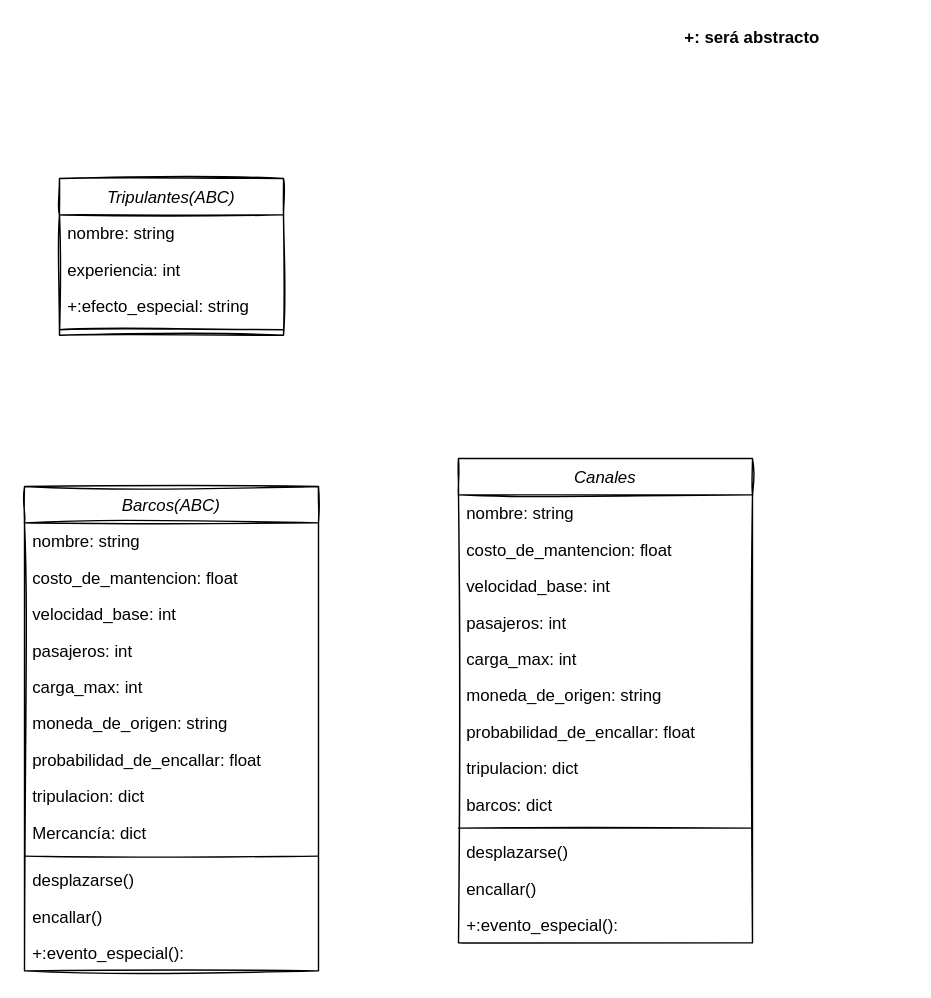
Above: Untitled Diagram.drawio in bastiancortes/dotfiles (draw.io), before the change. Source tidied: cells renumbered, new cells numbered last; positions are measured from the earlier drawing's top-left corner, leaving out a move shared by most shapes. Both pictures are drawn from the tidied source at 140%, with x=0, y=0 at pixel (24, 24).
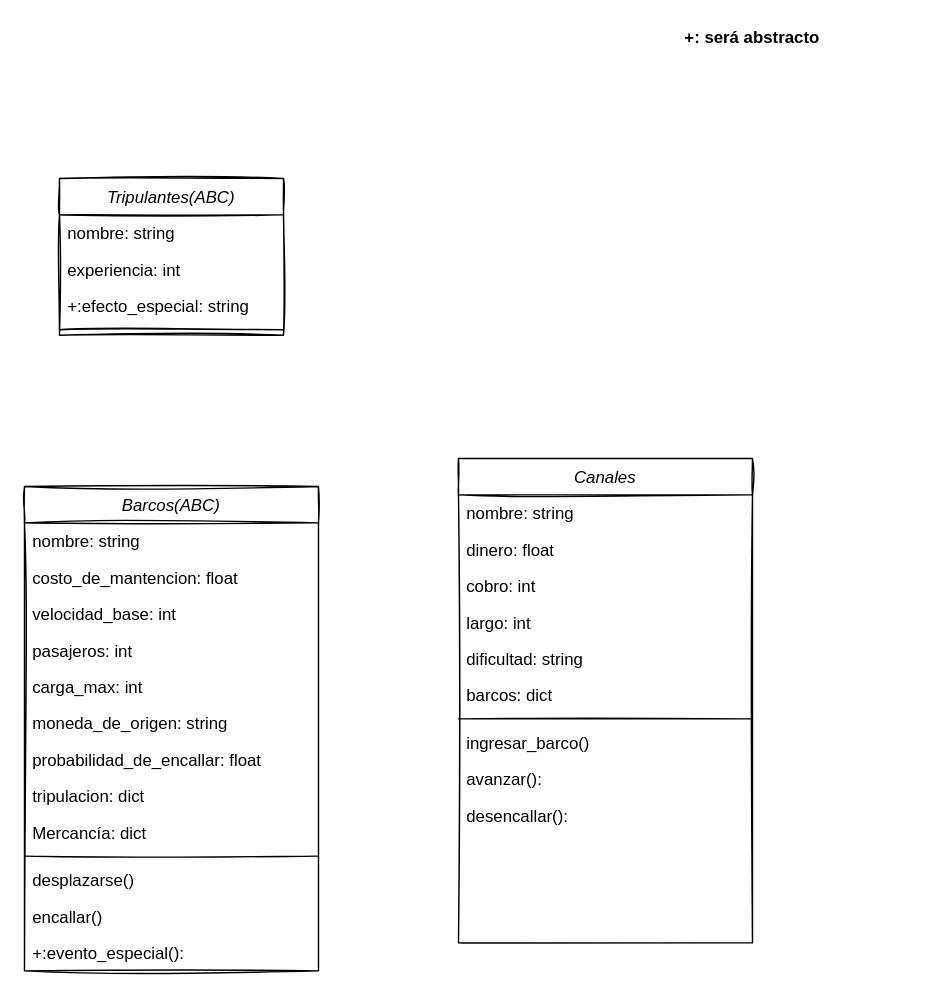
The same diagram, later.

The change refers to these unchanged cells:
```xml
<mxCell id="22" value="Canales" style="swimlane;fontStyle=2;align=center;verticalAlign=top;horizontal=1;startSize=26;rounded=0;shadow=0;strokeWidth=1;sketch=1;" parent="1" vertex="1">
  <mxGeometry x="310" y="310" width="210" height="346" as="geometry" />
</mxCell>
```

What changed in the source:
```diff
@@
-    <mxCell id="24" value="costo_de_mantencion: float" style="text;align=left;verticalAlign=top;spacingLeft=4;spacingRight=4;overflow=hidden;rounded=0;shadow=0;html=0;sketch=1;" parent="22" vertex="1">
-      <mxGeometry y="52" width="210" height="26" as="geometry" />
-    </mxCell>
-    <mxCell id="25" value="velocidad_base: int&#10;" style="text;align=left;verticalAlign=top;spacingLeft=4;spacingRight=4;overflow=hidden;rounded=0;shadow=0;html=0;sketch=1;" parent="22" vertex="1">
-      <mxGeometry y="78" width="210" height="26" as="geometry" />
-    </mxCell>
-    <mxCell id="26" value="pasajeros: int&#10;" style="text;align=left;verticalAlign=top;spacingLeft=4;spacingRight=4;overflow=hidden;rounded=0;shadow=0;html=0;sketch=1;" parent="22" vertex="1">
-      <mxGeometry y="104" width="210" height="26" as="geometry" />
-    </mxCell>
-    <mxCell id="27" value="carga_max: int" style="text;align=left;verticalAlign=top;spacingLeft=4;spacingRight=4;overflow=hidden;rounded=0;shadow=0;html=0;sketch=1;" parent="22" vertex="1">
-      <mxGeometry y="130" width="210" height="26" as="geometry" />
+    <mxCell id="27" value="dinero: float" style="text;align=left;verticalAlign=top;spacingLeft=4;spacingRight=4;overflow=hidden;rounded=0;shadow=0;html=0;sketch=1;" parent="22" vertex="1">
+      <mxGeometry y="52" width="210" height="26" as="geometry" />
     </mxCell>
-    <mxCell id="28" value="moneda_de_origen: string" style="text;align=left;verticalAlign=top;spacingLeft=4;spacingRight=4;overflow=hidden;rounded=0;shadow=0;html=0;sketch=1;" parent="22" vertex="1">
-      <mxGeometry y="156" width="210" height="26" as="geometry" />
+    <mxCell id="28" value="cobro: int " style="text;align=left;verticalAlign=top;spacingLeft=4;spacingRight=4;overflow=hidden;rounded=0;shadow=0;html=0;sketch=1;" parent="22" vertex="1">
+      <mxGeometry y="78" width="210" height="26" as="geometry" />
     </mxCell>
-    <mxCell id="29" value="probabilidad_de_encallar: float" style="text;align=left;verticalAlign=top;spacingLeft=4;spacingRight=4;overflow=hidden;rounded=0;shadow=0;html=0;sketch=1;" parent="22" vertex="1">
-      <mxGeometry y="182" width="210" height="26" as="geometry" />
+    <mxCell id="29" value="largo: int " style="text;align=left;verticalAlign=top;spacingLeft=4;spacingRight=4;overflow=hidden;rounded=0;shadow=0;html=0;sketch=1;" parent="22" vertex="1">
+      <mxGeometry y="104" width="210" height="26" as="geometry" />
     </mxCell>
-    <mxCell id="30" value="tripulacion: dict" style="text;align=left;verticalAlign=top;spacingLeft=4;spacingRight=4;overflow=hidden;rounded=0;shadow=0;html=0;sketch=1;" parent="22" vertex="1">
-      <mxGeometry y="208" width="210" height="26" as="geometry" />
+    <mxCell id="30" value="dificultad: string " style="text;align=left;verticalAlign=top;spacingLeft=4;spacingRight=4;overflow=hidden;rounded=0;shadow=0;html=0;sketch=1;" parent="22" vertex="1">
+      <mxGeometry y="130" width="210" height="26" as="geometry" />
     </mxCell>
     <mxCell id="31" value="barcos: dict" style="text;align=left;verticalAlign=top;spacingLeft=4;spacingRight=4;overflow=hidden;rounded=0;shadow=0;html=0;sketch=1;" parent="22" vertex="1">
-      <mxGeometry y="234" width="210" height="26" as="geometry" />
+      <mxGeometry y="156" width="210" height="26" as="geometry" />
     </mxCell>
     <mxCell id="32" style="line;html=1;strokeWidth=1;align=left;verticalAlign=middle;spacingTop=-1;spacingLeft=3;spacingRight=3;labelPosition=right;sketch=1;" parent="22" vertex="1">
-      <mxGeometry y="260" width="210" height="8" as="geometry" />
+      <mxGeometry y="182" width="210" height="8" as="geometry" />
     </mxCell>
-    <mxCell id="33" value="desplazarse()" style="text;align=left;verticalAlign=top;spacingLeft=4;spacingRight=4;overflow=hidden;sketch=1;" parent="22" vertex="1">
-      <mxGeometry y="268" width="210" height="26" as="geometry" />
+    <mxCell id="33" value="ingresar_barco()" style="text;align=left;verticalAlign=top;spacingLeft=4;spacingRight=4;overflow=hidden;sketch=1;" parent="22" vertex="1">
+      <mxGeometry y="190" width="210" height="26" as="geometry" />
     </mxCell>
-    <mxCell id="34" value="encallar()" style="text;align=left;verticalAlign=top;spacingLeft=4;spacingRight=4;overflow=hidden;sketch=1;" parent="22" vertex="1">
-      <mxGeometry y="294" width="210" height="26" as="geometry" />
+    <mxCell id="34" value="avanzar():" style="text;align=left;verticalAlign=top;spacingLeft=4;spacingRight=4;overflow=hidden;sketch=1;" parent="22" vertex="1">
+      <mxGeometry y="216" width="210" height="26" as="geometry" />
     </mxCell>
-    <mxCell id="35" value="+:evento_especial():" style="text;align=left;verticalAlign=top;spacingLeft=4;spacingRight=4;overflow=hidden;sketch=1;" parent="22" vertex="1">
-      <mxGeometry y="320" width="210" height="26" as="geometry" />
+    <mxCell id="35" value="desencallar():" style="text;align=left;verticalAlign=top;spacingLeft=4;spacingRight=4;overflow=hidden;sketch=1;" parent="22" vertex="1">
+      <mxGeometry y="242" width="210" height="26" as="geometry" />
     </mxCell>
```
